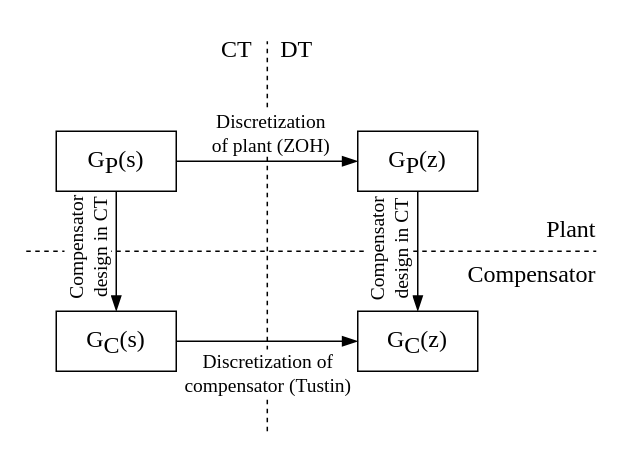
Earlier version of the draw.io diagram src/images/digit_controller_design.drawio (MeierTobias/eth-control-systems-2). Source tidied: cells renumbered, new cells numbered last; positions are measured from the earlier drawing's top-left corner, leaving out a move shared by most shapes. Both pictures are drawn from the tidied source at 150%, with x=0, y=0 at pixel (26, 26).
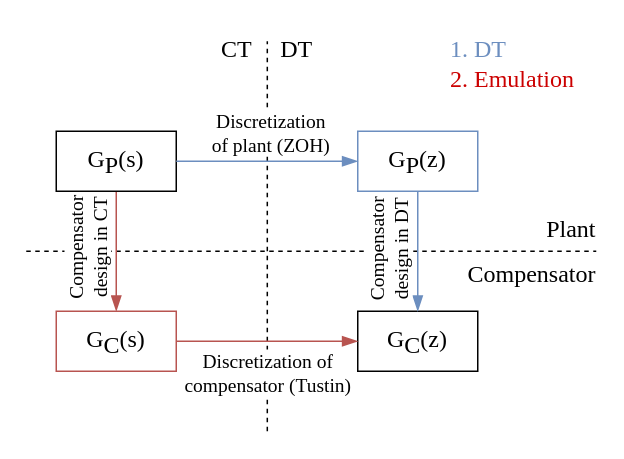
The same diagram, later.

The change refers to these unchanged cells:
```xml
<mxCell id="5" value="&lt;font style=&quot;font-size: 16px;&quot;&gt;G&lt;sub style=&quot;font-size: 16px;&quot;&gt;P&lt;/sub&gt;(s)&lt;/font&gt;" style="rounded=0;whiteSpace=wrap;html=1;fontFamily=Garamond;fontSize=16;" parent="1" vertex="1">
  <mxGeometry x="20" y="70" width="80" height="40" as="geometry" />
</mxCell>
<mxCell id="8" value="&lt;font style=&quot;font-size: 16px;&quot;&gt;G&lt;sub style=&quot;font-size: 16px;&quot;&gt;C&lt;/sub&gt;(z)&lt;/font&gt;" style="rounded=0;whiteSpace=wrap;html=1;fontFamily=Garamond;fontSize=16;" parent="1" vertex="1">
  <mxGeometry x="221" y="190" width="80" height="40" as="geometry" />
</mxCell>
```

The edit, as a diff of the source:
```diff
@@
-    <mxCell id="3" style="edgeStyle=orthogonalEdgeStyle;rounded=0;jettySize=auto;html=1;exitX=0.5;exitY=1;exitDx=0;exitDy=0;entryX=0.5;entryY=0;entryDx=0;entryDy=0;endArrow=blockThin;endFill=1;endSize=8;startSize=8;fontFamily=Garamond;fontSize=13;" parent="1" edge="1" source="5" target="7">
+    <mxCell id="3" style="edgeStyle=orthogonalEdgeStyle;rounded=0;jettySize=auto;html=1;exitX=0.5;exitY=1;exitDx=0;exitDy=0;entryX=0.5;entryY=0;entryDx=0;entryDy=0;endArrow=blockThin;endFill=1;endSize=8;startSize=8;fontFamily=Garamond;fontSize=13;fillColor=#f8cecc;strokeColor=#b85450;" parent="1" edge="1" source="5" target="7">
       <mxGeometry relative="1" as="geometry" />
     </mxCell>
@@
-    <mxCell id="6" value="&lt;font style=&quot;font-size: 16px;&quot;&gt;G&lt;sub style=&quot;font-size: 16px;&quot;&gt;P&lt;/sub&gt;(z)&lt;/font&gt;" style="rounded=0;whiteSpace=wrap;html=1;fontFamily=Garamond;fontSize=16;" parent="1" vertex="1">
+    <mxCell id="6" value="&lt;font style=&quot;font-size: 16px;&quot;&gt;G&lt;sub style=&quot;font-size: 16px;&quot;&gt;P&lt;/sub&gt;(z)&lt;/font&gt;" style="rounded=0;whiteSpace=wrap;html=1;fontFamily=Garamond;fontSize=16;fillColor=#FFFFFF;strokeColor=#6c8ebf;" parent="1" vertex="1">
       <mxGeometry x="221" y="70" width="80" height="40" as="geometry" />
     </mxCell>
-    <mxCell id="7" value="&lt;font style=&quot;font-size: 16px;&quot;&gt;G&lt;sub style=&quot;font-size: 16px;&quot;&gt;C&lt;/sub&gt;(s)&lt;/font&gt;" style="rounded=0;whiteSpace=wrap;html=1;fontFamily=Garamond;fontSize=16;" parent="1" vertex="1">
+    <mxCell id="7" value="&lt;font style=&quot;font-size: 16px;&quot;&gt;G&lt;sub style=&quot;font-size: 16px;&quot;&gt;C&lt;/sub&gt;(s)&lt;/font&gt;" style="rounded=0;whiteSpace=wrap;html=1;fontFamily=Garamond;fontSize=16;fillColor=#FFFFFF;strokeColor=#b85450;" parent="1" vertex="1">
       <mxGeometry x="20" y="190" width="80" height="40" as="geometry" />
     </mxCell>
@@
-    <mxCell id="14" style="edgeStyle=orthogonalEdgeStyle;rounded=0;jettySize=auto;html=1;exitX=1;exitY=0.5;exitDx=0;exitDy=0;entryX=0;entryY=0.5;entryDx=0;entryDy=0;endArrow=blockThin;endFill=1;endSize=8;startSize=8;fontFamily=Garamond;fontSize=13;" parent="1" edge="1" source="5" target="6">
+    <mxCell id="14" style="edgeStyle=orthogonalEdgeStyle;rounded=0;jettySize=auto;html=1;exitX=1;exitY=0.5;exitDx=0;exitDy=0;entryX=0;entryY=0.5;entryDx=0;entryDy=0;endArrow=blockThin;endFill=1;endSize=8;startSize=8;fontFamily=Garamond;fontSize=13;fillColor=#dae8fc;strokeColor=#6c8ebf;" parent="1" edge="1" source="5" target="6">
       <mxGeometry relative="1" as="geometry" />
     </mxCell>
@@
-    <mxCell id="16" style="edgeStyle=orthogonalEdgeStyle;rounded=0;jettySize=auto;html=1;exitX=1;exitY=0.5;exitDx=0;exitDy=0;entryX=0;entryY=0.5;entryDx=0;entryDy=0;endArrow=blockThin;endFill=1;endSize=8;startSize=8;fontFamily=Garamond;fontSize=13;" parent="1" edge="1" source="7" target="8">
+    <mxCell id="16" style="edgeStyle=orthogonalEdgeStyle;rounded=0;jettySize=auto;html=1;exitX=1;exitY=0.5;exitDx=0;exitDy=0;entryX=0;entryY=0.5;entryDx=0;entryDy=0;endArrow=blockThin;endFill=1;endSize=8;startSize=8;fontFamily=Garamond;fontSize=13;fillColor=#f8cecc;strokeColor=#b85450;" parent="1" edge="1" source="7" target="8">
       <mxGeometry relative="1" as="geometry" />
     </mxCell>
@@
-    <mxCell id="18" style="edgeStyle=orthogonalEdgeStyle;rounded=0;jettySize=auto;html=1;exitX=0.5;exitY=1;exitDx=0;exitDy=0;entryX=0.5;entryY=0;entryDx=0;entryDy=0;endArrow=blockThin;endFill=1;endSize=8;startSize=8;fontFamily=Garamond;fontSize=13;" parent="1" edge="1" source="6" target="8">
+    <mxCell id="18" style="edgeStyle=orthogonalEdgeStyle;rounded=0;jettySize=auto;html=1;exitX=0.5;exitY=1;exitDx=0;exitDy=0;entryX=0.5;entryY=0;entryDx=0;entryDy=0;endArrow=blockThin;endFill=1;endSize=8;startSize=8;fontFamily=Garamond;fontSize=13;fillColor=#dae8fc;strokeColor=#6c8ebf;" parent="1" edge="1" source="6" target="8">
       <mxGeometry relative="1" as="geometry" />
     </mxCell>
-    <mxCell id="19" value="Compensator&lt;br style=&quot;font-size: 13px;&quot;&gt;&lt;span style=&quot;font-size: 13px;&quot;&gt;design in CT&lt;/span&gt;" style="edgeLabel;html=1;align=center;verticalAlign=middle;horizontal=0;labelBackgroundColor=#FFFFFF;fontFamily=Garamond;fontSize=13;" parent="18" vertex="1">
+    <mxCell id="19" value="Compensator&lt;br style=&quot;font-size: 13px;&quot;&gt;&lt;span style=&quot;font-size: 13px;&quot;&gt;design in DT&lt;/span&gt;" style="edgeLabel;html=1;align=center;verticalAlign=middle;horizontal=0;labelBackgroundColor=#FFFFFF;fontFamily=Garamond;fontSize=13;" parent="18" vertex="1">
       <mxGeometry x="-0.28" y="-1" relative="1" as="geometry">
         <mxPoint x="-19" y="11" as="offset" />
       </mxGeometry>
     </mxCell>
+    <mxCell id="20" value="&lt;font color=&quot;#6c8ebf&quot;&gt;1. DT&lt;/font&gt;&lt;br&gt;&lt;div style=&quot;&quot;&gt;&lt;span style=&quot;background-color: initial;&quot;&gt;&lt;font color=&quot;#cc0000&quot;&gt;2. Emulation&lt;/font&gt;&lt;/span&gt;&lt;/div&gt;" style="text;html=1;align=left;verticalAlign=middle;strokeColor=none;fillColor=none;fontFamily=Garamond;fontSize=16;" parent="1" vertex="1">
+      <mxGeometry x="281" width="100" height="50" as="geometry" />
+    </mxCell>
```
